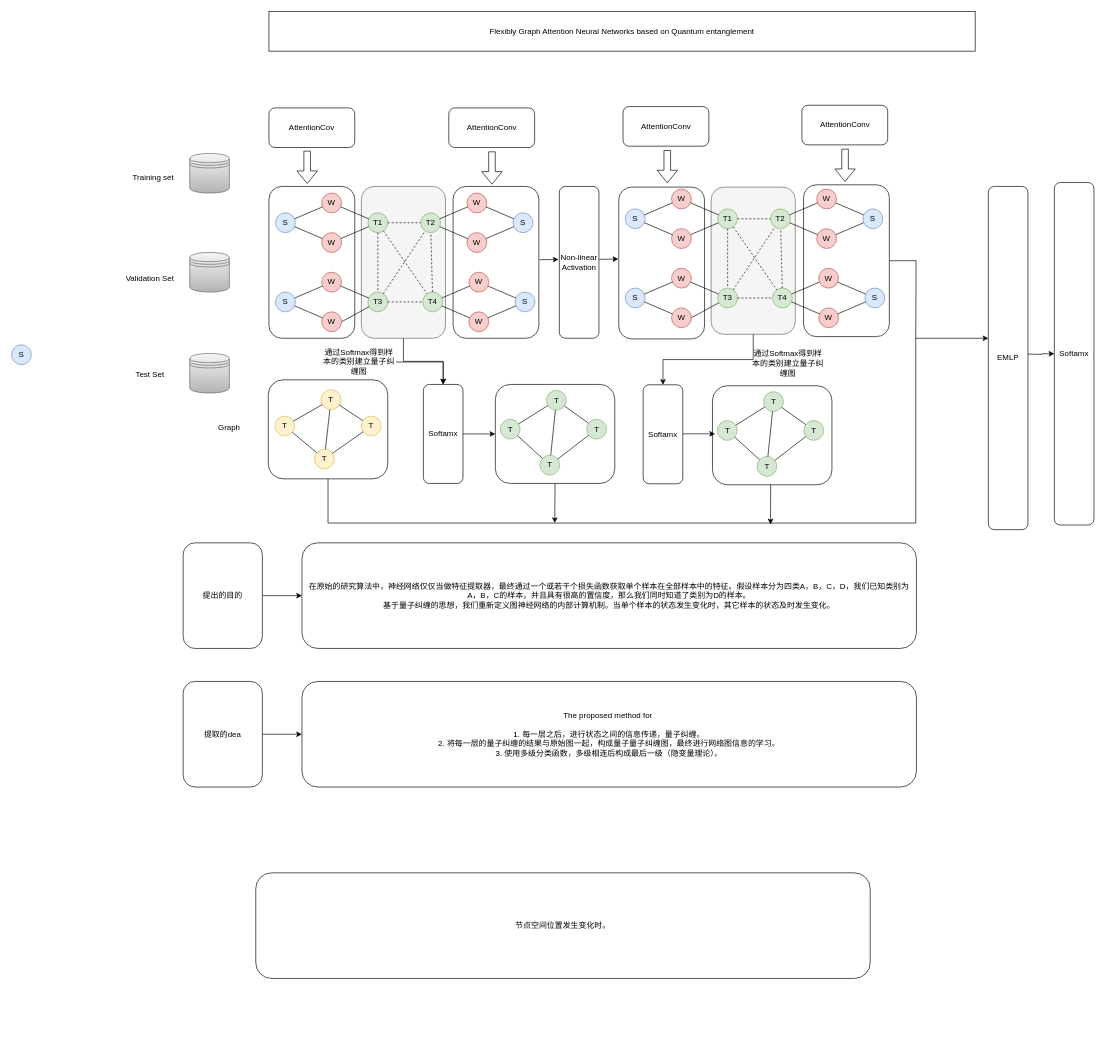
Earlier version of the draw.io diagram acl.drawio (ChenaniahMe/codes). Source tidied: cells renumbered, new cells numbered last; positions are measured from the earlier drawing's top-left corner, leaving out a move shared by most shapes. Both pictures are drawn from the tidied source at 66%, with x=0, y=0 at pixel (11, 11).
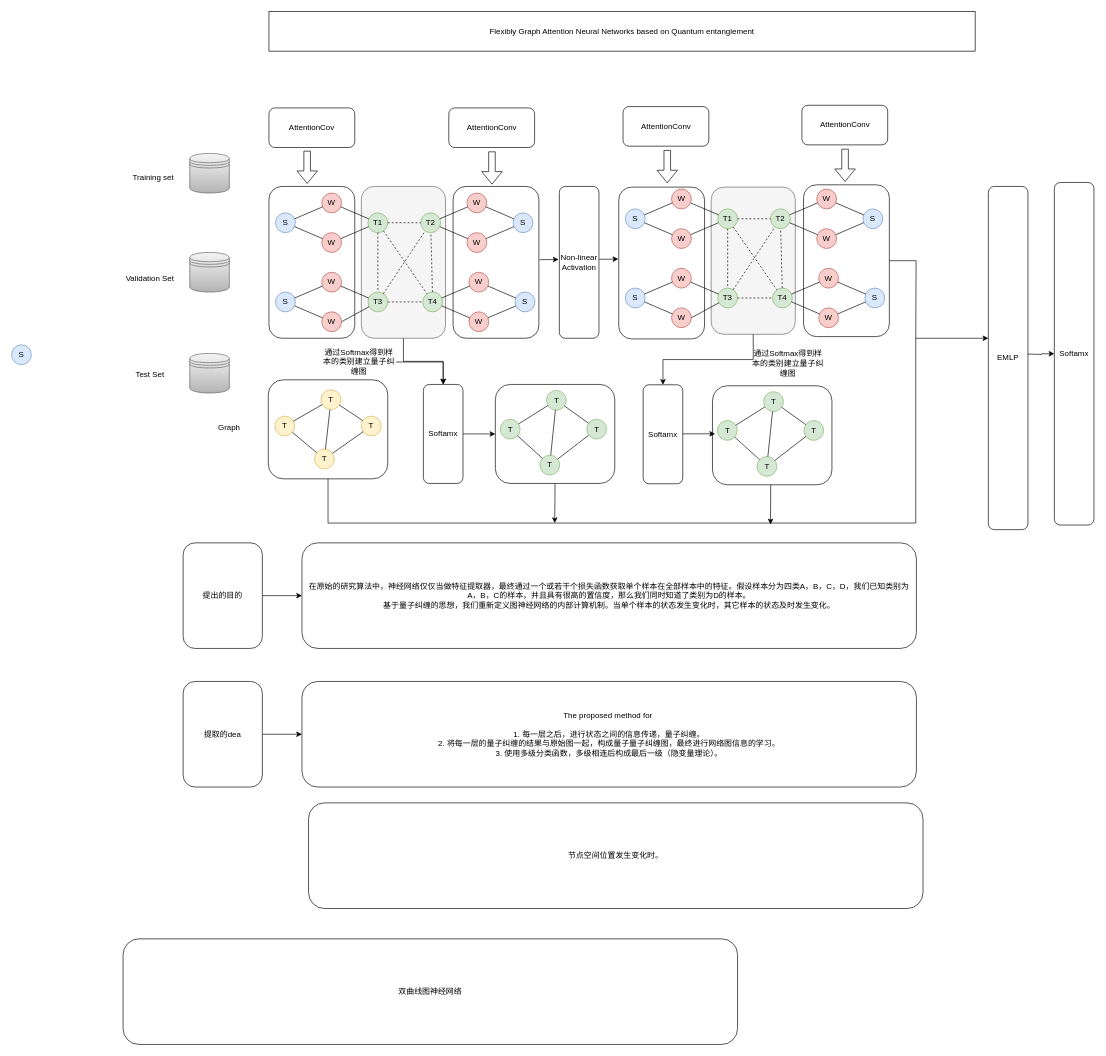
Above is the later version.

The edit, as a diff of the source:
```diff
@@
     <mxCell id="162" value="节点空间位置发生变化时。" style="rounded=1;whiteSpace=wrap;html=1;" parent="1" vertex="1">
-      <mxGeometry x="370" y="1305" width="931" height="160" as="geometry" />
+      <mxGeometry x="450" y="1199" width="931" height="160" as="geometry" />
     </mxCell>
+    <mxCell id="163" value="双曲线图神经网络" style="rounded=1;whiteSpace=wrap;html=1;" parent="1" vertex="1">
+      <mxGeometry x="169" y="1405" width="931" height="160" as="geometry" />
+    </mxCell>
```
